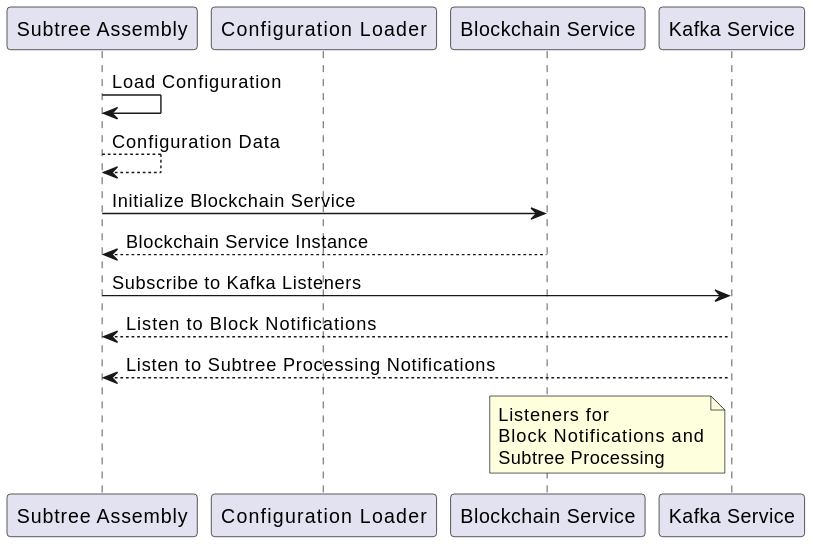
The PlantUML diagram docs/services/img/plantuml/subtreeassembly/subtree_assembly_init.svg in freemans13/teranode, before a commit. Its source is kept beside it as docs/services/img/plantuml/subtreeassembly/subtree_assembly_init.puml.
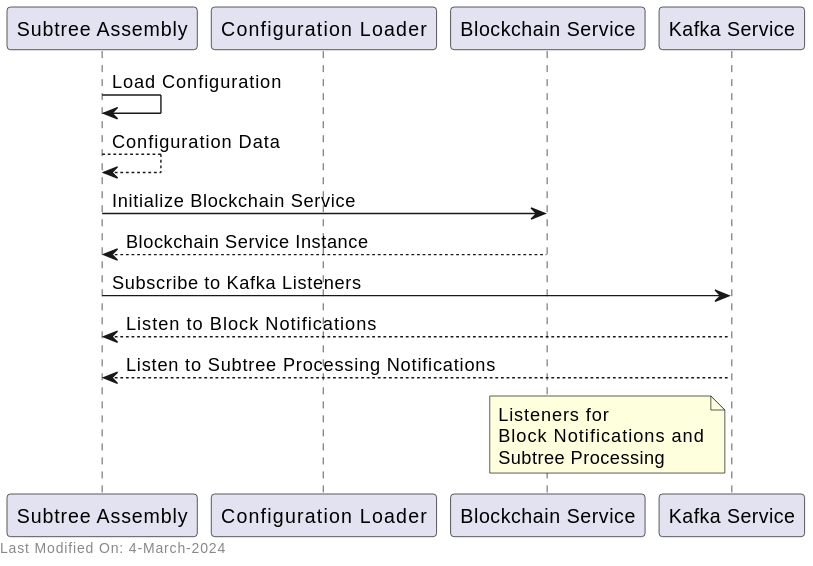
After the change.

The edit, as a diff of the source:
```diff
@@ -15,4 +15,7 @@
 Kafka --> Subtree: Listen to Subtree Processing Notifications
 
 note left of Kafka: Listeners for\nBlock Notifications and\nSubtree Processing
+
+left footer Last Modified On: 4-March-2024
+
 @enduml
```
